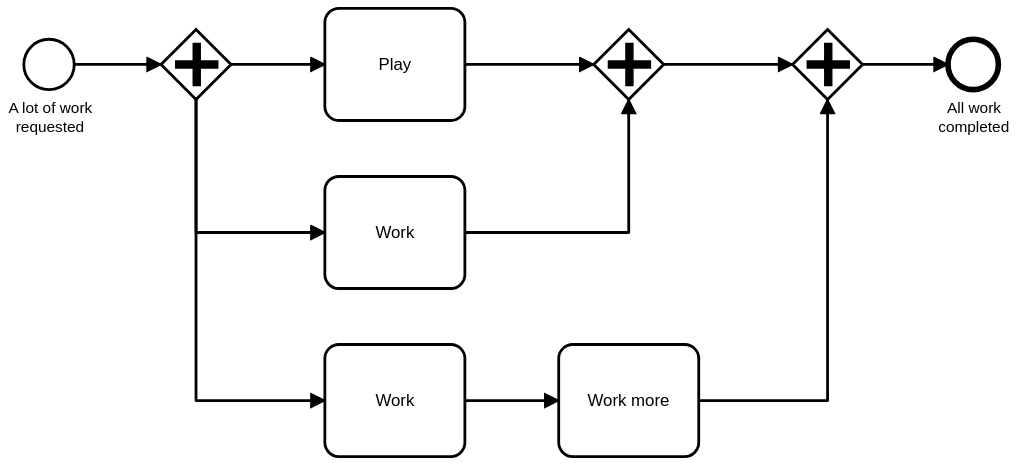
datakurre/automation-playground keeps this BPMN diagram as docs/modeling/concurrent-paths.svg. Above is the earlier version. Its source is kept beside it as docs/modeling/concurrent-paths.bpmn. Ids are renumbered.
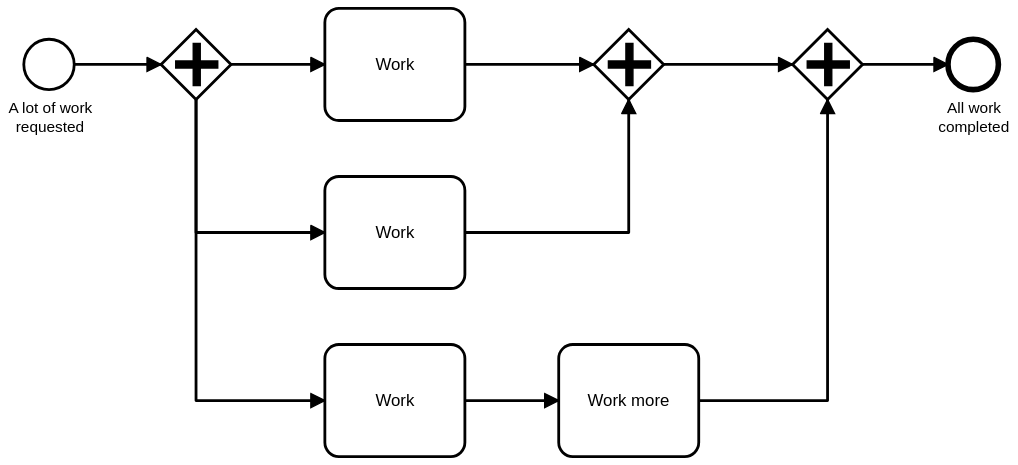
The same file after the commit.

The edit, as a diff of the source:
```diff
@@ -14,7 +14,7 @@
       <bpmn:outgoing>Flow_n11</bpmn:outgoing>
     </bpmn:task>
     <bpmn:sequenceFlow id="Flow_n10" sourceRef="Gateway_n5" targetRef="Activity_n9" />
-    <bpmn:task id="Activity_n12" name="Play">
+    <bpmn:task id="Activity_n12" name="Work">
       <bpmn:incoming>Flow_n13</bpmn:incoming>
       <bpmn:outgoing>Flow_n14</bpmn:outgoing>
     </bpmn:task>
```
